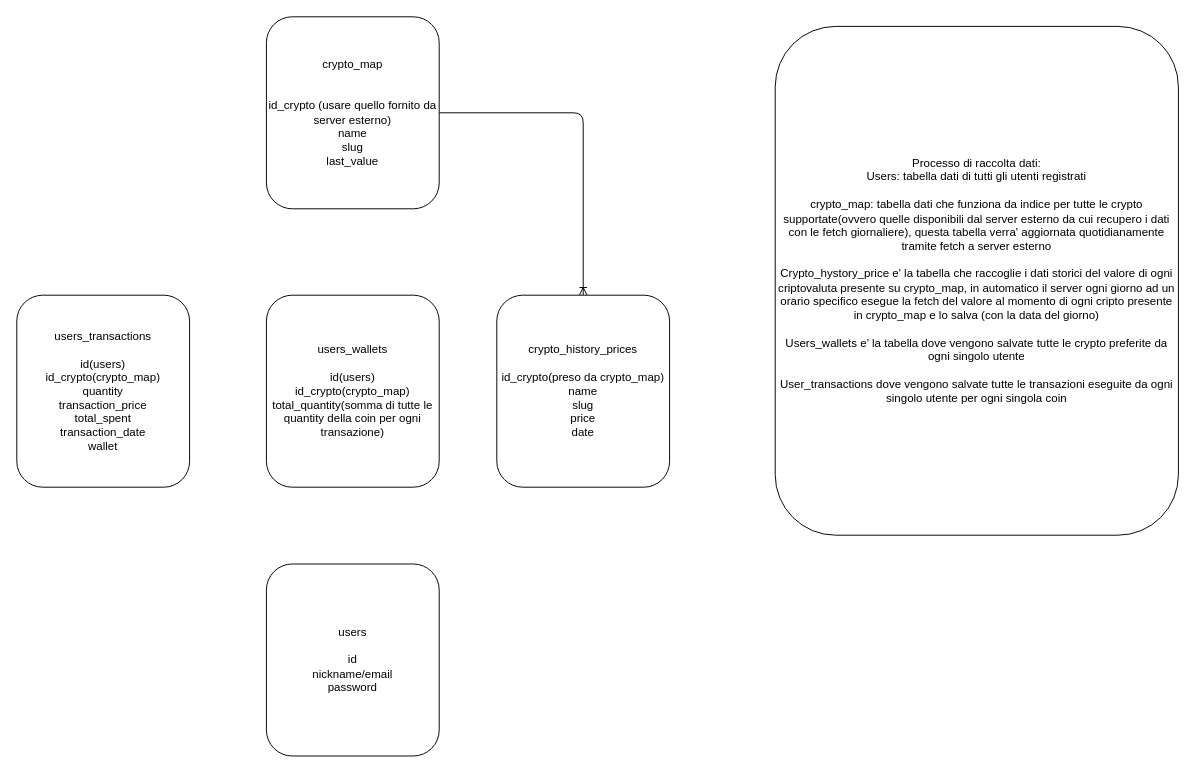
The draw.io diagram db.drawio in Mat-123/CrypTracker, before the edit. Source tidied: cells renumbered, new cells numbered last; positions are measured from the earlier drawing's top-left corner, leaving out a move shared by most shapes. Both pictures are drawn from the tidied source at 96%, with x=0, y=0 at pixel (16, 16).
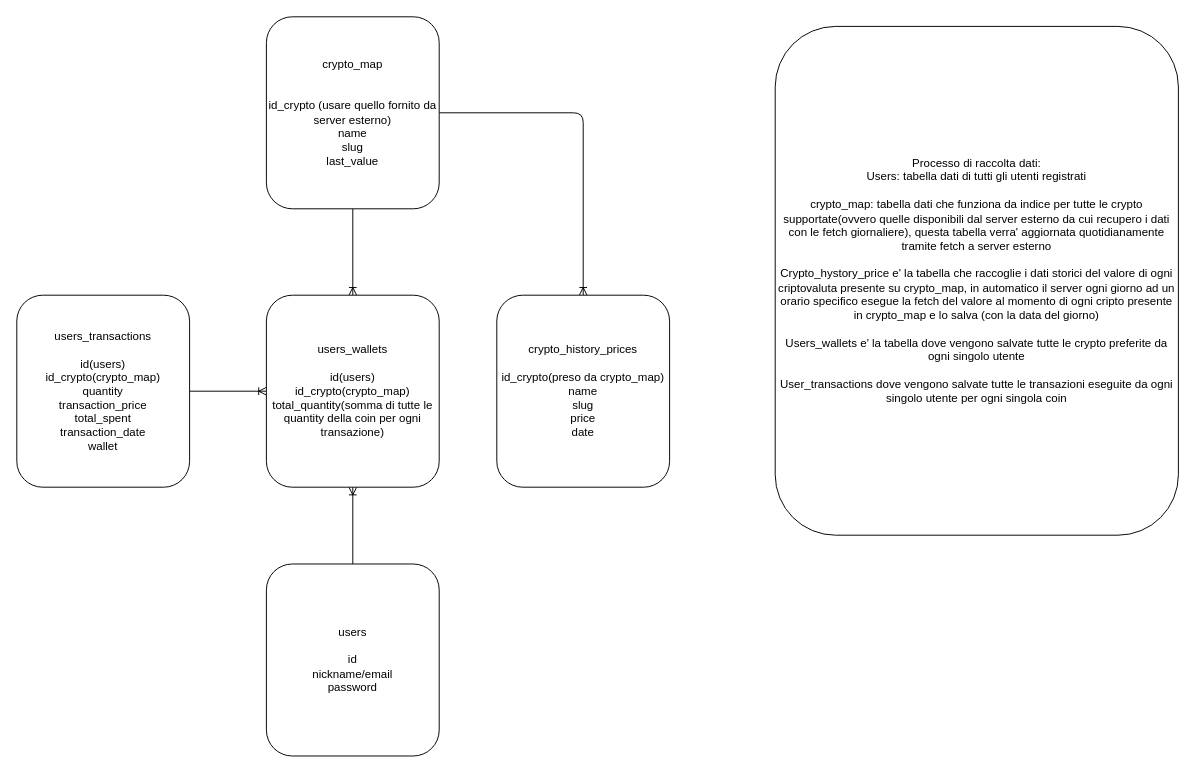
Above is the later version.

Change to the diagram source:
```diff
@@
 <mxGraphModel>
   <root>
     <mxCell id="0" />
     <mxCell id="1" parent="0" />
+    <mxCell id="9" style="edgeStyle=orthogonalEdgeStyle;html=1;entryX=0.5;entryY=1;entryDx=0;entryDy=0;endArrow=ERoneToMany;endFill=0;" parent="1" edge="1" source="2" target="7">
+      <mxGeometry relative="1" as="geometry" />
+    </mxCell>
+    <mxCell id="10" style="edgeStyle=orthogonalEdgeStyle;html=1;entryX=0.5;entryY=1;entryDx=0;entryDy=0;endArrow=ERoneToMany;endFill=0;exitX=0.5;exitY=1;exitDx=0;exitDy=0;" parent="1" edge="1" source="6" target="6">
+      <mxGeometry relative="1" as="geometry" />
+    </mxCell>
     <mxCell id="2" value="users&lt;br&gt;&lt;br&gt;id&lt;br&gt;nickname/email&lt;br&gt;password" style="rounded=1;whiteSpace=wrap;html=1;" parent="1" vertex="1">
       <mxGeometry x="260" y="570" width="180" height="200" as="geometry" />
     </mxCell>
     <mxCell id="3" style="edgeStyle=orthogonalEdgeStyle;html=1;entryX=0.5;entryY=0;entryDx=0;entryDy=0;endArrow=ERoneToMany;endFill=0;" parent="1" edge="1" source="4" target="5">
       <mxGeometry relative="1" as="geometry" />
     </mxCell>
+    <mxCell id="11" style="edgeStyle=orthogonalEdgeStyle;html=1;endArrow=ERoneToMany;endFill=0;" parent="1" edge="1" source="4" target="7">
+      <mxGeometry relative="1" as="geometry" />
+    </mxCell>
     <mxCell id="4" value="crypto_map&lt;br&gt;&lt;br&gt;&lt;br&gt;id_crypto (usare quello fornito da server esterno)&lt;br&gt;name&lt;br&gt;slug&lt;br&gt;last_value" style="rounded=1;whiteSpace=wrap;html=1;" parent="1" vertex="1">
       <mxGeometry x="260" width="180" height="200" as="geometry" />
     </mxCell>
     <mxCell id="5" value="crypto_history_prices&lt;br&gt;&lt;br&gt;id_crypto(preso da crypto_map)&lt;br&gt;name&lt;br&gt;slug&lt;br&gt;price&lt;br&gt;date" style="rounded=1;whiteSpace=wrap;html=1;" parent="1" vertex="1">
       <mxGeometry x="500" y="290" width="180" height="200" as="geometry" />
     </mxCell>
+    <mxCell id="12" style="edgeStyle=orthogonalEdgeStyle;html=1;endArrow=ERoneToMany;endFill=0;" parent="1" edge="1" source="6" target="7">
+      <mxGeometry relative="1" as="geometry" />
+    </mxCell>
     <mxCell id="6" value="users_transactions&lt;br&gt;&lt;br&gt;id(users)&lt;br&gt;id_crypto(crypto_map)&lt;br&gt;quantity&lt;br&gt;transaction_price&lt;br&gt;total_spent&lt;br&gt;transaction_date&lt;br&gt;wallet" style="rounded=1;whiteSpace=wrap;html=1;" parent="1" vertex="1">
       <mxGeometry y="290" width="180" height="200" as="geometry" />
     </mxCell>
     <mxCell id="7" value="users_wallets&lt;br&gt;&lt;br&gt;id(users)&lt;br&gt;id_crypto(crypto_map)&lt;br&gt;total_quantity(somma di tutte le quantity della coin per ogni transazione)" style="rounded=1;whiteSpace=wrap;html=1;" parent="1" vertex="1">
       <mxGeometry x="260" y="290" width="180" height="200" as="geometry" />
     </mxCell>
     <mxCell id="8" value="Processo di raccolta dati:&lt;br&gt;Users: tabella dati di tutti gli utenti registrati&lt;br&gt;&lt;br&gt;crypto_map: tabella dati che funziona da indice per tutte le crypto supportate(ovvero quelle disponibili dal server esterno da cui recupero i dati con le fetch giornaliere), questa tabella verra' aggiornata quotidianamente tramite fetch a server esterno&lt;br&gt;&lt;br&gt;Crypto_hystory_price e' la tabella che raccoglie i dati storici del valore di ogni criptovaluta presente su crypto_map, in automatico il server ogni giorno ad un orario specifico esegue la fetch del valore al momento di ogni cripto presente in crypto_map e lo salva (con la data del giorno)&lt;br&gt;&lt;br&gt;Users_wallets e' la tabella dove vengono salvate tutte le crypto preferite da ogni singolo utente&lt;br&gt;&lt;br&gt;User_transactions dove vengono salvate tutte le transazioni eseguite da ogni singolo utente per ogni singola coin" style="rounded=1;whiteSpace=wrap;html=1;" parent="1" vertex="1">
       <mxGeometry x="790" y="10" width="420" height="530" as="geometry" />
     </mxCell>
   </root>
 </mxGraphModel>
```
